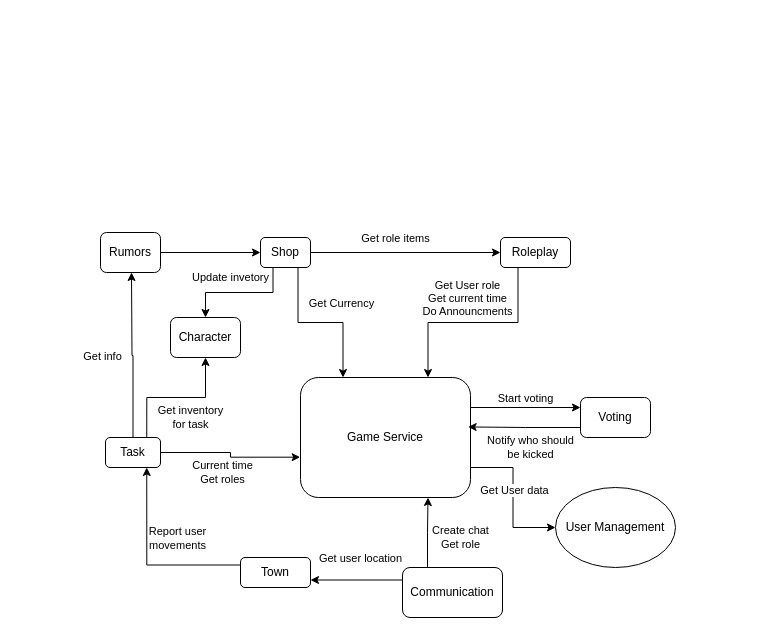
The draw.io diagram assets/diagrams/Architecture_diagram.drawio in EjnarRaidriar/Mafia-District, before the edit. Source tidied: cells renumbered, new cells numbered last; positions are measured from the earlier drawing's top-left corner, leaving out a move shared by most shapes. Both pictures are drawn from the tidied source at 100%, with x=0, y=0 at pixel (100, 232).
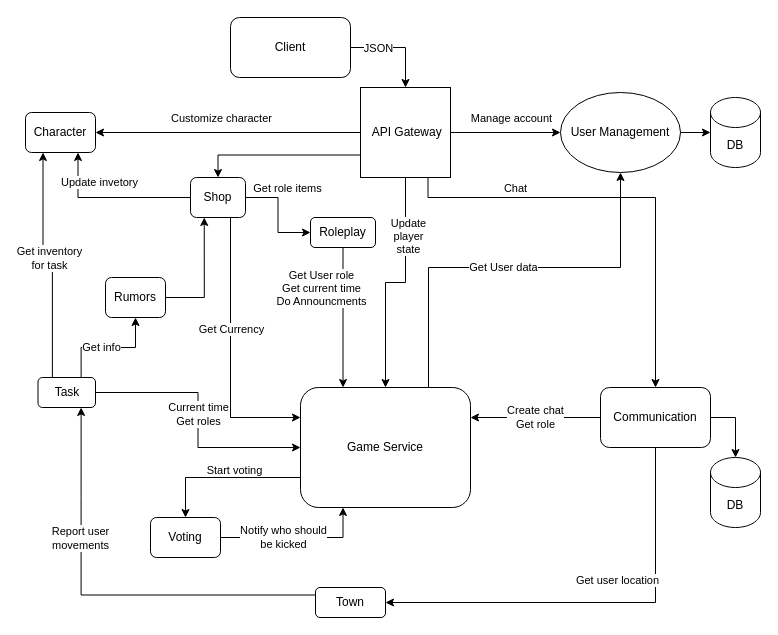
After the change.

Change to the diagram source:
```diff
@@
-    <mxCell id="2" style="edgeStyle=orthogonalEdgeStyle;rounded=0;jettySize=auto;html=1;exitX=1;exitY=0.25;exitDx=0;exitDy=0;entryX=0;entryY=0.25;entryDx=0;entryDy=0;" parent="1" edge="1" source="6" target="16">
+    <mxCell id="2" style="edgeStyle=orthogonalEdgeStyle;rounded=0;jettySize=auto;html=1;exitX=0;exitY=0.75;exitDx=0;exitDy=0;entryX=0.5;entryY=0;entryDx=0;entryDy=0;" parent="1" edge="1" source="6" target="16">
       <mxGeometry relative="1" as="geometry" />
     </mxCell>
@@
-    <mxCell id="4" style="edgeStyle=orthogonalEdgeStyle;rounded=0;jettySize=auto;html=1;exitX=1;exitY=0.75;exitDx=0;exitDy=0;entryX=0;entryY=0.5;entryDx=0;entryDy=0;" parent="1" edge="1" source="6" target="30">
-      <mxGeometry relative="1" as="geometry" />
+    <mxCell id="4" style="edgeStyle=orthogonalEdgeStyle;rounded=0;jettySize=auto;html=1;exitX=0.811;exitY=0.015;exitDx=0;exitDy=0;entryX=0.5;entryY=1;entryDx=0;entryDy=0;exitPerimeter=0;" parent="1" edge="1" source="6" target="30">
+      <mxGeometry relative="1" as="geometry">
+        <Array as="points">
+          <mxPoint x="328" y="157" />
+          <mxPoint x="328" y="35" />
+          <mxPoint x="520" y="35" />
+        </Array>
+      </mxGeometry>
     </mxCell>
     <mxCell id="5" value="&lt;div&gt;Get User data&lt;/div&gt;" style="edgeLabel;html=1;align=center;verticalAlign=middle;" parent="4" vertex="1">
-      <mxGeometry x="-0.11" y="1" relative="1" as="geometry" />
+      <mxGeometry x="-0.11" y="1" relative="1" as="geometry">
+        <mxPoint x="20" as="offset" />
+      </mxGeometry>
     </mxCell>
     <mxCell id="6" value="&lt;div&gt;Game Service&lt;/div&gt;" style="rounded=1;whiteSpace=wrap;html=1;" parent="1" vertex="1">
-      <mxGeometry x="200" y="145" width="170" height="120" as="geometry" />
+      <mxGeometry x="200" y="155" width="170" height="120" as="geometry" />
     </mxCell>
-    <mxCell id="7" style="edgeStyle=orthogonalEdgeStyle;rounded=0;jettySize=auto;html=1;exitX=0.75;exitY=1;exitDx=0;exitDy=0;entryX=0.25;entryY=0;entryDx=0;entryDy=0;" parent="1" edge="1" source="12" target="6">
-      <mxGeometry relative="1" as="geometry" />
+    <mxCell id="7" style="edgeStyle=orthogonalEdgeStyle;rounded=0;jettySize=auto;html=1;exitX=0.75;exitY=1;exitDx=0;exitDy=0;entryX=0;entryY=0.25;entryDx=0;entryDy=0;" parent="1" edge="1" source="12" target="6">
+      <mxGeometry relative="1" as="geometry">
+        <Array as="points">
+          <mxPoint x="130" y="-25" />
+          <mxPoint x="130" y="185" />
+        </Array>
+      </mxGeometry>
     </mxCell>
     <mxCell id="8" value="Get Currency" style="edgeLabel;html=1;align=center;verticalAlign=middle;" parent="7" vertex="1">
       <mxGeometry x="-0.47" y="-1" relative="1" as="geometry">
-        <mxPoint x="44" y="-6" as="offset" />
+        <mxPoint x="1" y="56" as="offset" />
       </mxGeometry>
     </mxCell>
@@
-    <mxCell id="11" value="Update invetory" style="edgeStyle=orthogonalEdgeStyle;rounded=0;jettySize=auto;html=1;exitX=0.25;exitY=1;exitDx=0;exitDy=0;entryX=0.5;entryY=0;entryDx=0;entryDy=0;" parent="1" edge="1" source="12" target="25">
+    <mxCell id="11" value="Update invetory" style="edgeStyle=orthogonalEdgeStyle;rounded=0;jettySize=auto;html=1;exitX=0;exitY=0.5;exitDx=0;exitDy=0;entryX=0.75;entryY=1;entryDx=0;entryDy=0;" parent="1" edge="1" source="12" target="25">
       <mxGeometry x="0.15" y="-15" relative="1" as="geometry" />
     </mxCell>
     <mxCell id="12" value="&lt;div&gt;Shop&lt;/div&gt;" style="rounded=1;whiteSpace=wrap;html=1;" parent="1" vertex="1">
-      <mxGeometry x="160" y="5" width="50" height="30" as="geometry" />
+      <mxGeometry x="90" y="-55" width="55" height="40" as="geometry" />
     </mxCell>
-    <mxCell id="13" style="edgeStyle=orthogonalEdgeStyle;rounded=0;jettySize=auto;html=1;exitX=0.25;exitY=1;exitDx=0;exitDy=0;entryX=0.75;entryY=0;entryDx=0;entryDy=0;" parent="1" edge="1" source="15" target="6">
+    <mxCell id="13" style="edgeStyle=orthogonalEdgeStyle;rounded=0;jettySize=auto;html=1;exitX=0.5;exitY=1;exitDx=0;exitDy=0;entryX=0.25;entryY=0;entryDx=0;entryDy=0;" parent="1" edge="1" source="15" target="6">
       <mxGeometry relative="1" as="geometry" />
     </mxCell>
     <mxCell id="14" value="Get User role&lt;br&gt;&lt;div&gt;Get current time&lt;/div&gt;&lt;div&gt;Do Announcments&lt;/div&gt;" style="edgeLabel;html=1;align=center;verticalAlign=middle;labelBackgroundColor=default;" parent="13" vertex="1">
       <mxGeometry x="-0.1" y="-1" relative="1" as="geometry">
-        <mxPoint x="-16" y="-24" as="offset" />
+        <mxPoint x="-21" y="-23" as="offset" />
       </mxGeometry>
     </mxCell>
     <mxCell id="15" value="&lt;div&gt;Roleplay&lt;/div&gt;" style="rounded=1;whiteSpace=wrap;html=1;" parent="1" vertex="1">
-      <mxGeometry x="400" y="5" width="70" height="30" as="geometry" />
+      <mxGeometry x="210" y="-15" width="65" height="30" as="geometry" />
     </mxCell>
     <mxCell id="16" value="Voting" style="rounded=1;whiteSpace=wrap;html=1;" parent="1" vertex="1">
-      <mxGeometry x="480" y="165" width="70" height="40" as="geometry" />
+      <mxGeometry x="50" y="285" width="70" height="40" as="geometry" />
     </mxCell>
-    <mxCell id="17" value="&lt;div&gt;Create chat&lt;/div&gt;&lt;div&gt;Get role&lt;/div&gt;" style="edgeStyle=orthogonalEdgeStyle;rounded=0;jettySize=auto;html=1;exitX=0.25;exitY=0;exitDx=0;exitDy=0;entryX=0.75;entryY=1;entryDx=0;entryDy=0;" parent="1" edge="1" source="19" target="6">
-      <mxGeometry x="0.01" y="-33" relative="1" as="geometry">
-        <mxPoint x="-1" y="5" as="offset" />
-      </mxGeometry>
+    <mxCell id="17" value="&lt;div&gt;Create chat&lt;/div&gt;&lt;div&gt;Get role&lt;/div&gt;" style="edgeStyle=orthogonalEdgeStyle;rounded=0;jettySize=auto;html=1;exitX=0;exitY=0.5;exitDx=0;exitDy=0;entryX=1;entryY=0.25;entryDx=0;entryDy=0;" parent="1" edge="1" source="19" target="6">
+      <mxGeometry relative="1" as="geometry" />
     </mxCell>
-    <mxCell id="18" value="Get user location" style="edgeStyle=orthogonalEdgeStyle;rounded=0;jettySize=auto;html=1;exitX=0;exitY=0.25;exitDx=0;exitDy=0;entryX=1;entryY=0.75;entryDx=0;entryDy=0;" parent="1" edge="1" source="19" target="21">
+    <mxCell id="18" value="Get user location" style="edgeStyle=orthogonalEdgeStyle;rounded=0;jettySize=auto;html=1;exitX=0.5;exitY=1;exitDx=0;exitDy=0;entryX=1;entryY=0.5;entryDx=0;entryDy=0;" parent="1" edge="1" source="19" target="21">
       <mxGeometry x="-0.09" y="-22" relative="1" as="geometry" />
     </mxCell>
     <mxCell id="19" value="Communication" style="rounded=1;whiteSpace=wrap;html=1;" parent="1" vertex="1">
-      <mxGeometry x="302" y="335" width="100" height="50" as="geometry" />
+      <mxGeometry x="500" y="155" width="110" height="60" as="geometry" />
     </mxCell>
     <mxCell id="20" value="&lt;div&gt;Report user&lt;/div&gt;&lt;div&gt;movements&lt;/div&gt;" style="edgeStyle=orthogonalEdgeStyle;rounded=0;jettySize=auto;html=1;exitX=0;exitY=0.25;exitDx=0;exitDy=0;entryX=0.75;entryY=1;entryDx=0;entryDy=0;" parent="1" edge="1" source="21" target="24">
-      <mxGeometry x="-0.34" y="-27" relative="1" as="geometry" />
+      <mxGeometry x="0.38" y="1" relative="1" as="geometry" />
     </mxCell>
     <mxCell id="21" value="Town" style="rounded=1;whiteSpace=wrap;html=1;" parent="1" vertex="1">
-      <mxGeometry x="140" y="325" width="70" height="30" as="geometry" />
+      <mxGeometry x="215" y="355" width="70" height="30" as="geometry" />
     </mxCell>
-    <mxCell id="22" value="&lt;div&gt;Get inventory&lt;/div&gt;&lt;div&gt;for task&lt;/div&gt;" style="edgeStyle=orthogonalEdgeStyle;rounded=0;jettySize=auto;html=1;exitX=0.75;exitY=0;exitDx=0;exitDy=0;entryX=0.5;entryY=1;entryDx=0;entryDy=0;" parent="1" edge="1" source="24" target="25">
-      <mxGeometry x="0.21" y="-20" relative="1" as="geometry" />
+    <mxCell id="22" value="&lt;div&gt;Get inventory&lt;/div&gt;&lt;div&gt;for task&lt;/div&gt;" style="edgeStyle=orthogonalEdgeStyle;rounded=0;jettySize=auto;html=1;exitX=0.25;exitY=0;exitDx=0;exitDy=0;entryX=0.25;entryY=1;entryDx=0;entryDy=0;" parent="1" edge="1" source="24" target="25">
+      <mxGeometry x="-0.02" y="-7" relative="1" as="geometry" />
     </mxCell>
-    <mxCell id="23" value="Get info" style="edgeStyle=orthogonalEdgeStyle;rounded=0;jettySize=auto;html=1;exitX=0.5;exitY=0;exitDx=0;exitDy=0;" parent="1" edge="1" source="24">
-      <mxGeometry x="-0.03" y="31" relative="1" as="geometry">
-        <mxPoint x="31" y="40" as="targetPoint" />
-      </mxGeometry>
+    <mxCell id="23" value="Get info" style="edgeStyle=orthogonalEdgeStyle;rounded=0;jettySize=auto;html=1;exitX=0.75;exitY=0;exitDx=0;exitDy=0;entryX=0.5;entryY=1;entryDx=0;entryDy=0;" parent="1" edge="1" source="24" target="27">
+      <mxGeometry x="-0.13" relative="1" as="geometry" />
     </mxCell>
     <mxCell id="24" value="Task" style="rounded=1;whiteSpace=wrap;html=1;" parent="1" vertex="1">
-      <mxGeometry x="5" y="205" width="55" height="30" as="geometry" />
+      <mxGeometry x="-62.5" y="145" width="57.5" height="30" as="geometry" />
     </mxCell>
     <mxCell id="25" value="Character" style="rounded=1;whiteSpace=wrap;html=1;" parent="1" vertex="1">
-      <mxGeometry x="70" y="85" width="70" height="40" as="geometry" />
+      <mxGeometry x="-75" y="-120" width="70" height="40" as="geometry" />
     </mxCell>
-    <mxCell id="26" style="edgeStyle=orthogonalEdgeStyle;rounded=0;jettySize=auto;html=1;exitX=1;exitY=0.5;exitDx=0;exitDy=0;entryX=0;entryY=0.5;entryDx=0;entryDy=0;" parent="1" edge="1" source="27" target="12">
+    <mxCell id="26" style="edgeStyle=orthogonalEdgeStyle;rounded=0;jettySize=auto;html=1;exitX=1;exitY=0.5;exitDx=0;exitDy=0;entryX=0.25;entryY=1;entryDx=0;entryDy=0;" parent="1" edge="1" source="27" target="12">
       <mxGeometry relative="1" as="geometry" />
     </mxCell>
     <mxCell id="27" value="Rumors" style="rounded=1;whiteSpace=wrap;html=1;" parent="1" vertex="1">
-      <mxGeometry width="60" height="40" as="geometry" />
+      <mxGeometry x="5" y="45" width="60" height="40" as="geometry" />
     </mxCell>
-    <mxCell id="28" value="&lt;div&gt;Notify who should&lt;/div&gt;&lt;div&gt;be kicked&lt;/div&gt;" style="edgeStyle=orthogonalEdgeStyle;rounded=0;jettySize=auto;html=1;exitX=0;exitY=0.75;exitDx=0;exitDy=0;entryX=0.986;entryY=0.412;entryDx=0;entryDy=0;entryPerimeter=0;" parent="1" edge="1" source="16" target="6">
-      <mxGeometry x="-0.12" y="20" relative="1" as="geometry" />
+    <mxCell id="28" value="&lt;div&gt;Notify who should&lt;/div&gt;&lt;div&gt;be kicked&lt;/div&gt;" style="edgeStyle=orthogonalEdgeStyle;rounded=0;jettySize=auto;html=1;exitX=1;exitY=0.5;exitDx=0;exitDy=0;entryX=0.25;entryY=1;entryDx=0;entryDy=0;" parent="1" edge="1" source="16" target="6">
+      <mxGeometry x="-0.17" relative="1" as="geometry" />
     </mxCell>
-    <mxCell id="29" value="&lt;div&gt;Current time&lt;/div&gt;&lt;div&gt;Get roles&lt;/div&gt;" style="edgeStyle=orthogonalEdgeStyle;rounded=0;jettySize=auto;html=1;exitX=1;exitY=0.5;exitDx=0;exitDy=0;entryX=-0.002;entryY=0.664;entryDx=0;entryDy=0;entryPerimeter=0;" parent="1" edge="1" source="24" target="6">
-      <mxGeometry x="-0.14" y="-20" relative="1" as="geometry" />
+    <mxCell id="29" value="&lt;div&gt;Current time&lt;/div&gt;&lt;div&gt;Get roles&lt;/div&gt;" style="edgeStyle=orthogonalEdgeStyle;rounded=0;jettySize=auto;html=1;exitX=1;exitY=0.5;exitDx=0;exitDy=0;entryX=0;entryY=0.5;entryDx=0;entryDy=0;" parent="1" edge="1" source="24" target="6">
+      <mxGeometry x="-0.05" relative="1" as="geometry" />
     </mxCell>
+    <mxCell id="31" style="edgeStyle=orthogonalEdgeStyle;rounded=0;jettySize=auto;html=1;exitX=1;exitY=0.5;exitDx=0;exitDy=0;" parent="1" edge="1" source="30" target="43">
+      <mxGeometry relative="1" as="geometry" />
+    </mxCell>
     <mxCell id="30" value="User Management" style="ellipse;whiteSpace=wrap;html=1;" parent="1" vertex="1">
-      <mxGeometry x="455" y="255" width="120" height="80" as="geometry" />
+      <mxGeometry x="460" y="-140" width="120" height="80" as="geometry" />
     </mxCell>
+    <mxCell id="32" style="edgeStyle=orthogonalEdgeStyle;rounded=0;jettySize=auto;html=1;exitX=0.75;exitY=1;exitDx=0;exitDy=0;entryX=0.5;entryY=0;entryDx=0;entryDy=0;" parent="1" edge="1" source="39" target="19">
+      <mxGeometry relative="1" as="geometry">
+        <Array as="points">
+          <mxPoint x="327" y="-35" />
+          <mxPoint x="555" y="-35" />
+        </Array>
+      </mxGeometry>
+    </mxCell>
+    <mxCell id="33" value="Chat" style="edgeLabel;html=1;align=center;verticalAlign=middle;" parent="32" vertex="1">
+      <mxGeometry x="-0.51" y="1" relative="1" as="geometry">
+        <mxPoint y="-9" as="offset" />
+      </mxGeometry>
+    </mxCell>
+    <mxCell id="34" style="edgeStyle=orthogonalEdgeStyle;rounded=0;jettySize=auto;html=1;exitX=0;exitY=0.5;exitDx=0;exitDy=0;entryX=1;entryY=0.5;entryDx=0;entryDy=0;" parent="1" edge="1" source="39" target="25">
+      <mxGeometry relative="1" as="geometry" />
+    </mxCell>
+    <mxCell id="35" value="Customize character" style="edgeLabel;html=1;align=center;verticalAlign=middle;" parent="34" vertex="1">
+      <mxGeometry x="0.08" y="-1" relative="1" as="geometry">
+        <mxPoint x="3" y="-14" as="offset" />
+      </mxGeometry>
+    </mxCell>
+    <mxCell id="36" style="edgeStyle=orthogonalEdgeStyle;rounded=0;jettySize=auto;html=1;exitX=0;exitY=0.75;exitDx=0;exitDy=0;entryX=0.5;entryY=0;entryDx=0;entryDy=0;" parent="1" edge="1" source="39" target="12">
+      <mxGeometry relative="1" as="geometry" />
+    </mxCell>
+    <mxCell id="37" style="edgeStyle=orthogonalEdgeStyle;rounded=0;jettySize=auto;html=1;exitX=1;exitY=0.5;exitDx=0;exitDy=0;entryX=0;entryY=0.5;entryDx=0;entryDy=0;" parent="1" edge="1" source="39" target="30">
+      <mxGeometry relative="1" as="geometry" />
+    </mxCell>
+    <mxCell id="38" value="Manage account" style="edgeLabel;html=1;align=center;verticalAlign=middle;" parent="37" vertex="1">
+      <mxGeometry x="-0.14" y="1" relative="1" as="geometry">
+        <mxPoint x="13" y="-14" as="offset" />
+      </mxGeometry>
+    </mxCell>
+    <mxCell id="39" value="&amp;nbsp;API Gateway" style="whiteSpace=wrap;html=1;" parent="1" vertex="1">
+      <mxGeometry x="260" y="-145" width="90" height="90" as="geometry" />
+    </mxCell>
+    <mxCell id="40" style="edgeStyle=orthogonalEdgeStyle;rounded=0;jettySize=auto;html=1;exitX=1;exitY=0.5;exitDx=0;exitDy=0;entryX=0.5;entryY=0;entryDx=0;entryDy=0;" parent="1" edge="1" source="42" target="39">
+      <mxGeometry relative="1" as="geometry" />
+    </mxCell>
+    <mxCell id="41" value="JSON" style="edgeLabel;html=1;align=center;verticalAlign=middle;" parent="40" vertex="1">
+      <mxGeometry x="0.09" relative="1" as="geometry">
+        <mxPoint x="-25" as="offset" />
+      </mxGeometry>
+    </mxCell>
+    <mxCell id="42" value="Client" style="rounded=1;whiteSpace=wrap;html=1;" parent="1" vertex="1">
+      <mxGeometry x="130" y="-215" width="120" height="60" as="geometry" />
+    </mxCell>
+    <mxCell id="43" value="&lt;div&gt;DB&lt;/div&gt;" style="shape=cylinder3;whiteSpace=wrap;html=1;boundedLbl=1;backgroundOutline=1;size=15;" parent="1" vertex="1">
+      <mxGeometry x="610" y="-135" width="50" height="70" as="geometry" />
+    </mxCell>
+    <mxCell id="44" value="DB" style="shape=cylinder3;whiteSpace=wrap;html=1;boundedLbl=1;backgroundOutline=1;size=15;" parent="1" vertex="1">
+      <mxGeometry x="610" y="225" width="50" height="70" as="geometry" />
+    </mxCell>
+    <mxCell id="45" style="edgeStyle=orthogonalEdgeStyle;rounded=0;jettySize=auto;html=1;exitX=1;exitY=0.5;exitDx=0;exitDy=0;entryX=0.5;entryY=0;entryDx=0;entryDy=0;entryPerimeter=0;" parent="1" edge="1" source="19" target="44">
+      <mxGeometry relative="1" as="geometry" />
+    </mxCell>
+    <mxCell id="46" style="edgeStyle=orthogonalEdgeStyle;rounded=0;jettySize=auto;html=1;exitX=0.5;exitY=1;exitDx=0;exitDy=0;entryX=0.5;entryY=0;entryDx=0;entryDy=0;" parent="1" edge="1" source="39" target="6">
+      <mxGeometry relative="1" as="geometry" />
+    </mxCell>
+    <mxCell id="47" value="Update&lt;br&gt;&lt;div&gt;player&lt;/div&gt;&lt;div&gt;state&lt;/div&gt;" style="edgeLabel;html=1;align=center;verticalAlign=middle;" parent="46" vertex="1">
+      <mxGeometry x="-0.5" y="2" relative="1" as="geometry" />
+    </mxCell>
```
